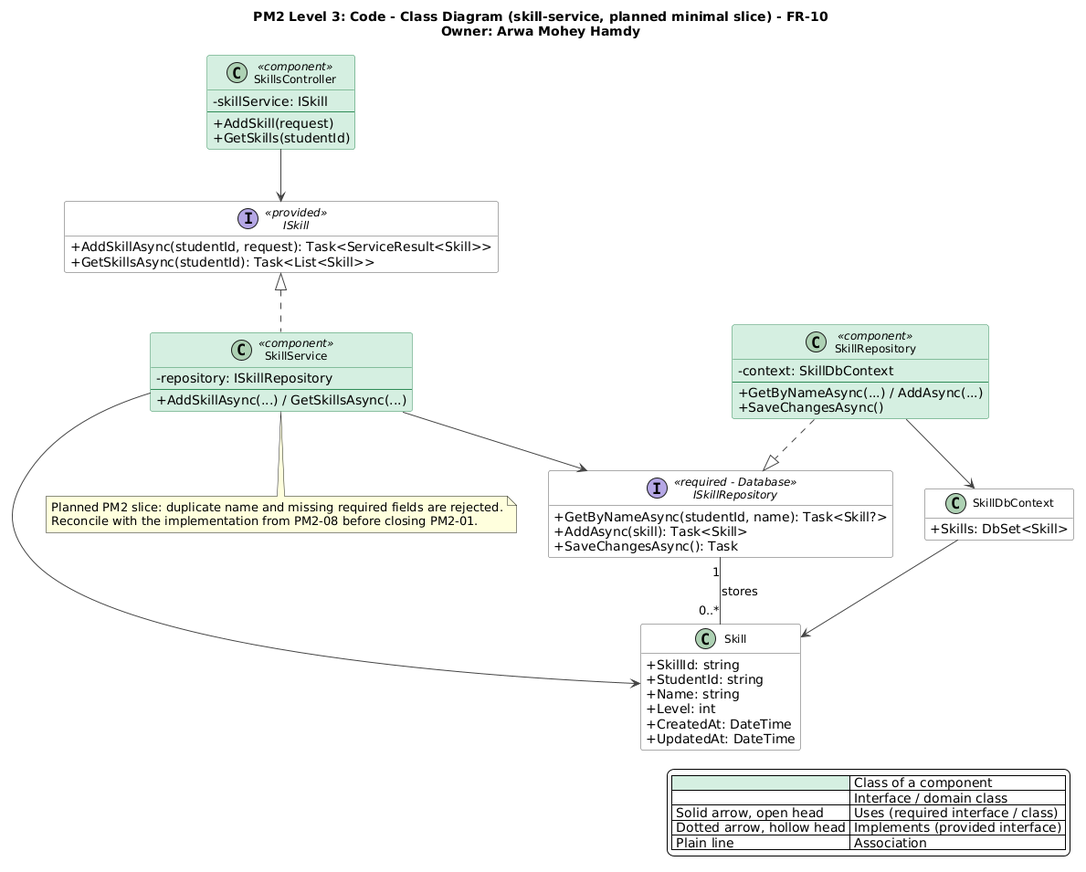
Before: docs/PM2/Part A — Design/Class Diagram/skill-service.png, a diagram exported from PlantUML (AIU-SoftWave/Aspirra).
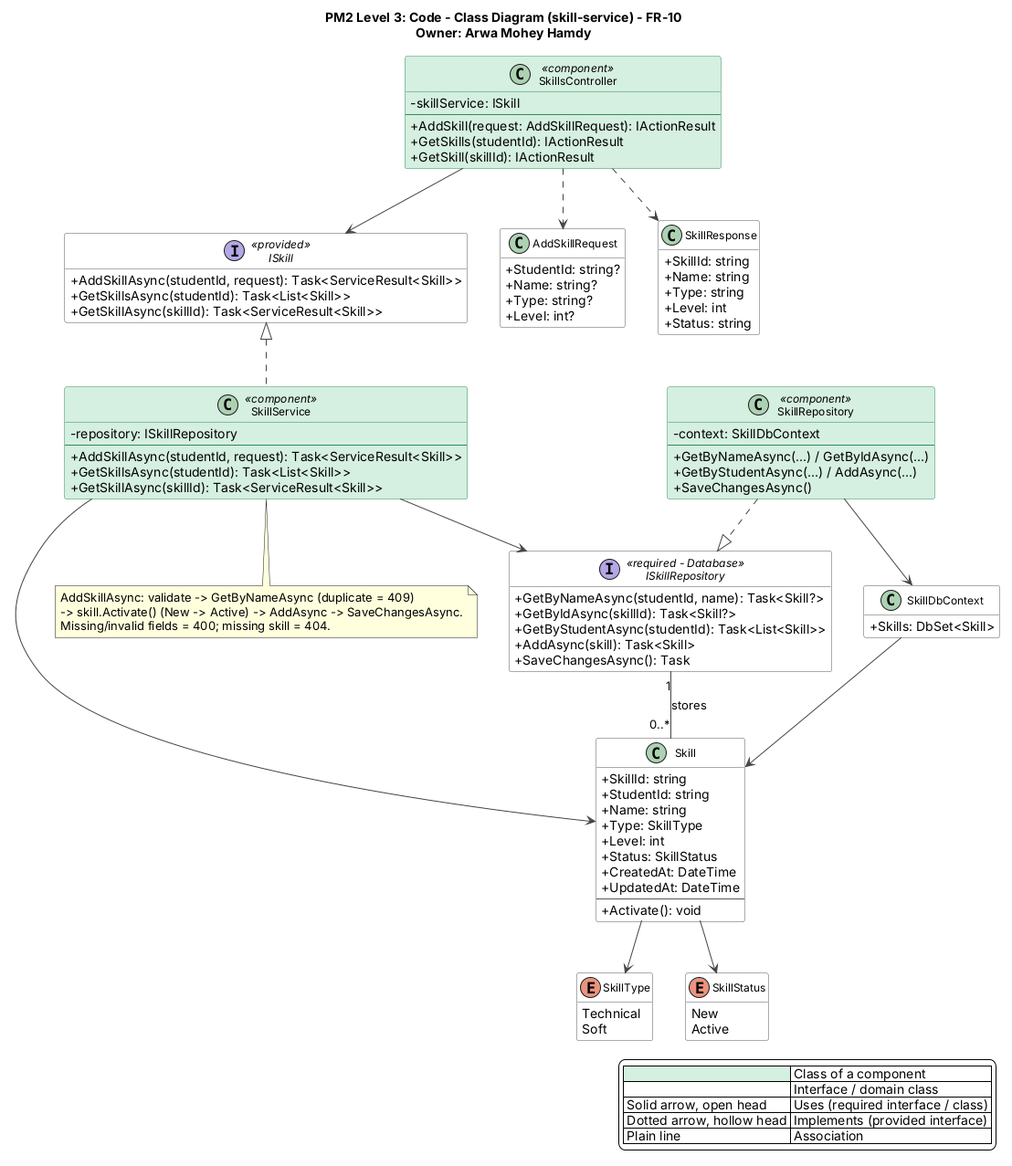
After the change.

What changed in the source:
```diff
@@ -1,5 +1,5 @@
 @startuml skill-service
-title PM2 Level 3: Code - Class Diagram (skill-service, planned minimal slice) - FR-10\nOwner: Arwa Mohey Hamdy
+title PM2 Level 3: Code - Class Diagram (skill-service) - FR-10\nOwner: Arwa Mohey Hamdy
 top to bottom direction
 skinparam shadowing false
 skinparam defaultFontName Segoe UI
@@ -32,23 +32,29 @@
 interface ISkill <<provided>> {
   +AddSkillAsync(studentId, request): Task<ServiceResult<Skill>>
   +GetSkillsAsync(studentId): Task<List<Skill>>
+  +GetSkillAsync(skillId): Task<ServiceResult<Skill>>
 }
 
 class SkillsController <<component>> {
   -skillService: ISkill
   --
-  +AddSkill(request)
-  +GetSkills(studentId)
+  +AddSkill(request: AddSkillRequest): IActionResult
+  +GetSkills(studentId): IActionResult
+  +GetSkill(skillId): IActionResult
 }
 
 class SkillService <<component>> {
   -repository: ISkillRepository
   --
-  +AddSkillAsync(...) / GetSkillsAsync(...)
+  +AddSkillAsync(studentId, request): Task<ServiceResult<Skill>>
+  +GetSkillsAsync(studentId): Task<List<Skill>>
+  +GetSkillAsync(skillId): Task<ServiceResult<Skill>>
 }
 
 interface ISkillRepository <<required - Database>> {
   +GetByNameAsync(studentId, name): Task<Skill?>
+  +GetByIdAsync(skillId): Task<Skill?>
+  +GetByStudentAsync(studentId): Task<List<Skill>>
   +AddAsync(skill): Task<Skill>
   +SaveChangesAsync(): Task
 }
@@ -56,7 +62,8 @@
 class SkillRepository <<component>> {
   -context: SkillDbContext
   --
-  +GetByNameAsync(...) / AddAsync(...)
+  +GetByNameAsync(...) / GetByIdAsync(...)
+  +GetByStudentAsync(...) / AddAsync(...)
   +SaveChangesAsync()
 }
 
@@ -68,12 +75,43 @@
   +SkillId: string
   +StudentId: string
   +Name: string
+  +Type: SkillType
   +Level: int
+  +Status: SkillStatus
   +CreatedAt: DateTime
   +UpdatedAt: DateTime
+  --
+  +Activate(): void
+}
+
+enum SkillType {
+  Technical
+  Soft
+}
+
+enum SkillStatus {
+  New
+  Active
+}
+
+class AddSkillRequest {
+  +StudentId: string?
+  +Name: string?
+  +Type: string?
+  +Level: int?
+}
+
+class SkillResponse {
+  +SkillId: string
+  +Name: string
+  +Type: string
+  +Level: int
+  +Status: string
 }
 
 SkillsController --> ISkill
+SkillsController ..> AddSkillRequest
+SkillsController ..> SkillResponse
 ISkill <|.. SkillService
 SkillService --> ISkillRepository
 SkillService --> Skill
@@ -81,9 +119,12 @@
 SkillRepository ..|> ISkillRepository
 SkillRepository --> SkillDbContext
 SkillDbContext --> Skill
+Skill --> SkillType
+Skill --> SkillStatus
 
 note bottom of SkillService
-  Planned PM2 slice: duplicate name and missing required fields are rejected.
-  Reconcile with the implementation from PM2-08 before closing PM2-01.
+  AddSkillAsync: validate -> GetByNameAsync (duplicate = 409)
+  -> skill.Activate() (New -> Active) -> AddAsync -> SaveChangesAsync.
+  Missing/invalid fields = 400; missing skill = 404.
 end note
 @enduml
```
